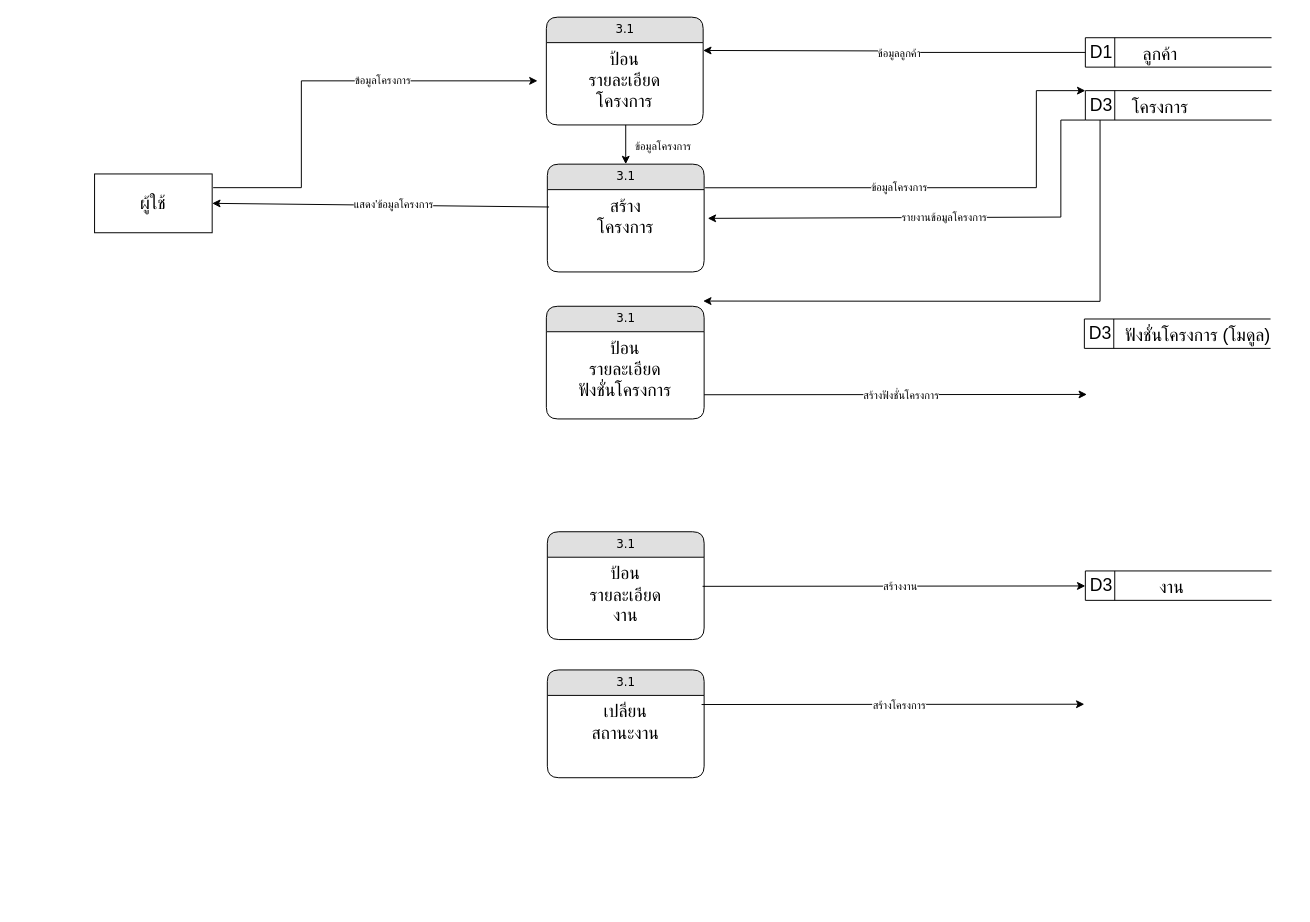
Above: dataflow-pms-3.0.drawio in NewSnooker/it-udvc-pms (draw.io), before the change. Source tidied: cells renumbered, new cells numbered last; positions are measured from the earlier drawing's top-left corner, leaving out a move shared by most shapes. Both pictures are drawn from the tidied source at 98%, with x=0, y=0 at pixel (94, 17).
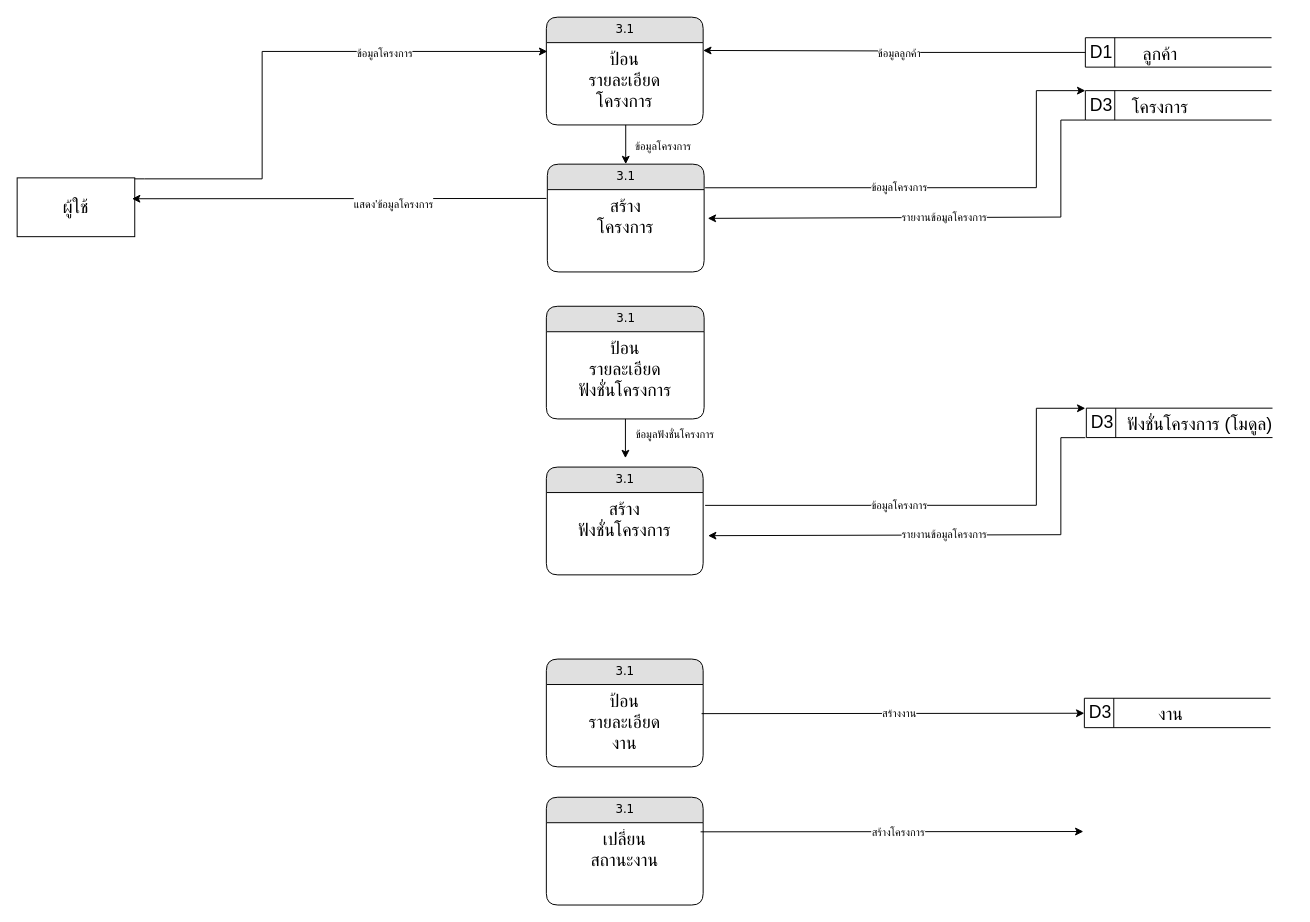
After the change.

The change refers to these unchanged cells:
```xml
<mxCell id="19" style="endArrow=classic;html=1;rounded=0;exitX=0.984;exitY=0.373;exitDx=0;exitDy=0;exitPerimeter=0;entryX=0;entryY=0.5;entryDx=0;entryDy=0;" parent="1" edge="1">
  <mxGeometry relative="1" as="geometry">
    <mxPoint x="623" y="174.1" as="sourcePoint" />
    <mxPoint x="1011" y="75" as="targetPoint" />
    <Array as="points">
      <mxPoint x="961" y="174" />
      <mxPoint x="961" y="75" />
    </Array>
  </mxGeometry>
</mxCell>
<mxCell id="36" value="&lt;div&gt;&lt;span style=&quot;font-size: 18px;&quot;&gt;สร้าง&lt;/span&gt;&lt;/div&gt;&lt;div&gt;&lt;span style=&quot;font-size: 18px;&quot;&gt;โครงการ&lt;/span&gt;&lt;/div&gt;" style="text;html=1;strokeColor=none;fillColor=none;spacingLeft=4;spacingRight=4;whiteSpace=wrap;overflow=hidden;points=[[0,0.5],[1,0.5]];portConstraint=eastwest;align=center;" parent="35" vertex="1">
  <mxGeometry y="26" width="160" height="84" as="geometry" />
</mxCell>
```

The edit, as a diff of the source:
```diff
@@
     <mxCell id="4" value="&lt;span style=&quot;font-size: 18px; text-wrap-mode: nowrap;&quot;&gt;ผู้ใช้&lt;/span&gt;" style="rounded=0;whiteSpace=wrap;html=1;" parent="1" vertex="1">
-      <mxGeometry y="160" width="120" height="60" as="geometry" />
+      <mxGeometry x="-79" y="164" width="120" height="60" as="geometry" />
     </mxCell>
@@
     <mxCell id="13" style="endArrow=classic;html=1;rounded=0;edgeStyle=orthogonalEdgeStyle;entryX=0.004;entryY=0.663;entryDx=0;entryDy=0;entryPerimeter=0;" parent="1" edge="1">
       <mxGeometry relative="1" as="geometry">
-        <mxPoint x="121" y="174" as="sourcePoint" />
-        <mxPoint x="452" y="65" as="targetPoint" />
+        <mxPoint x="41" y="165" as="sourcePoint" />
+        <mxPoint x="462" y="35" as="targetPoint" />
         <Array as="points">
-          <mxPoint x="211" y="174" />
-          <mxPoint x="211" y="65" />
+          <mxPoint x="51" y="165" />
+          <mxPoint x="171" y="165" />
+          <mxPoint x="171" y="35" />
         </Array>
       </mxGeometry>
     </mxCell>
     <mxCell id="14" value="ข้อมูลโครงการ" style="edgeLabel;html=1;align=center;verticalAlign=middle;rotation=0;" parent="13" vertex="1">
       <mxGeometry x="-0.06" y="2" relative="1" as="geometry">
-        <mxPoint x="74" y="1" as="offset" />
+        <mxPoint x="126" as="offset" />
       </mxGeometry>
     </mxCell>
@@
-    <mxCell id="17" style="endArrow=classic;html=1;rounded=0;entryX=0;entryY=0.5;entryDx=0;entryDy=0;exitX=0.984;exitY=0.373;exitDx=0;exitDy=0;exitPerimeter=0;" parent="1" edge="1">
-      <mxGeometry relative="1" as="geometry">
-        <mxPoint x="622" y="385.3" as="sourcePoint" />
-        <mxPoint x="1012.6" y="385" as="targetPoint" />
-      </mxGeometry>
-    </mxCell>
-    <mxCell id="18" value="สร้างฟังชั่นโครงการ" style="edgeLabel;html=1;align=center;verticalAlign=middle;" parent="17" vertex="1">
-      <mxGeometry x="-0.09" relative="1" as="geometry">
-        <mxPoint x="23" as="offset" />
-      </mxGeometry>
-    </mxCell>
@@
+    <mxCell id="42" value="ข้อมูลฟังชั่นโครงการ" style="edgeLabel;html=1;align=center;verticalAlign=middle;" parent="19" vertex="1">
+      <mxGeometry x="-0.09" relative="1" as="geometry">
+        <mxPoint x="-253" y="251" as="offset" />
+      </mxGeometry>
+    </mxCell>
     <mxCell id="22" value="&lt;font style=&quot;font-size: 18px;&quot;&gt;D3&lt;/font&gt;" style="html=1;dashed=0;whiteSpace=wrap;shape=mxgraph.dfd.dataStoreID;align=left;spacingLeft=3;" parent="1" vertex="1">
-      <mxGeometry x="1010" y="308" width="190" height="30" as="geometry" />
+      <mxGeometry x="1012" y="399" width="190" height="30" as="geometry" />
     </mxCell>
     <mxCell id="23" value="&lt;span style=&quot;font-size: 18px; font-weight: 400;&quot;&gt;ฟังชั่นโครงการ (โมดูล)&lt;/span&gt;" style="text;strokeColor=none;fillColor=none;html=1;fontSize=24;fontStyle=1;verticalAlign=middle;align=left;" parent="1" vertex="1">
-      <mxGeometry x="1050" y="308" width="171.5" height="30" as="geometry" />
+      <mxGeometry x="1052" y="399" width="171.5" height="30" as="geometry" />
     </mxCell>
     <mxCell id="24" value="3.1" style="swimlane;html=1;fontStyle=0;horizontal=1;startSize=26;fillColor=#e0e0e0;swimlaneFillColor=#ffffff;align=center;rounded=1;shadow=0;comic=0;labelBackgroundColor=none;strokeWidth=1;fontFamily=Verdana;fontSize=12;" parent="1" vertex="1">
-      <mxGeometry x="462" y="525.1" width="160" height="110" as="geometry" />
+      <mxGeometry x="461" y="655" width="160" height="110" as="geometry" />
     </mxCell>
@@
     <mxCell id="26" value="&lt;font style=&quot;font-size: 18px;&quot;&gt;D3&lt;/font&gt;" style="html=1;dashed=0;whiteSpace=wrap;shape=mxgraph.dfd.dataStoreID;align=left;spacingLeft=3;" parent="1" vertex="1">
-      <mxGeometry x="1011" y="565.1" width="190" height="30" as="geometry" />
+      <mxGeometry x="1010" y="695" width="190" height="30" as="geometry" />
     </mxCell>
     <mxCell id="27" value="&lt;span style=&quot;font-size: 18px; font-weight: 400;&quot;&gt;งาน&lt;/span&gt;" style="text;strokeColor=none;fillColor=none;html=1;fontSize=24;fontStyle=1;verticalAlign=middle;align=center;" parent="1" vertex="1">
-      <mxGeometry x="1051" y="565.1" width="95" height="30" as="geometry" />
+      <mxGeometry x="1050" y="695" width="95" height="30" as="geometry" />
     </mxCell>
     <mxCell id="28" style="endArrow=classic;html=1;rounded=0;entryX=0;entryY=0.5;entryDx=0;entryDy=0;exitX=0.984;exitY=0.373;exitDx=0;exitDy=0;exitPerimeter=0;" parent="1" edge="1">
       <mxGeometry relative="1" as="geometry">
-        <mxPoint x="620.4" y="580.8" as="sourcePoint" />
-        <mxPoint x="1011" y="580.4" as="targetPoint" />
+        <mxPoint x="619.4" y="710.7" as="sourcePoint" />
+        <mxPoint x="1010" y="710.3" as="targetPoint" />
       </mxGeometry>
     </mxCell>
@@
     <mxCell id="30" value="3.1" style="swimlane;html=1;fontStyle=0;horizontal=1;startSize=26;fillColor=#e0e0e0;swimlaneFillColor=#ffffff;align=center;rounded=1;shadow=0;comic=0;labelBackgroundColor=none;strokeWidth=1;fontFamily=Verdana;fontSize=12;" parent="1" vertex="1">
-      <mxGeometry x="462" y="666.1" width="160" height="110" as="geometry" />
+      <mxGeometry x="461" y="796" width="160" height="110" as="geometry" />
     </mxCell>
@@
     <mxCell id="32" style="endArrow=classic;html=1;rounded=0;entryX=0;entryY=0.5;entryDx=0;entryDy=0;exitX=0.984;exitY=0.373;exitDx=0;exitDy=0;exitPerimeter=0;" parent="1" edge="1">
       <mxGeometry relative="1" as="geometry">
-        <mxPoint x="619.4" y="701.4" as="sourcePoint" />
-        <mxPoint x="1010" y="701.1" as="targetPoint" />
+        <mxPoint x="618.4" y="831.3" as="sourcePoint" />
+        <mxPoint x="1009" y="831" as="targetPoint" />
       </mxGeometry>
     </mxCell>
@@
-    <mxCell id="34" style="endArrow=classic;html=1;rounded=0;entryX=1.018;entryY=0.116;entryDx=0;entryDy=0;entryPerimeter=0;" parent="1" edge="1">
-      <mxGeometry relative="1" as="geometry">
-        <mxPoint x="1026" y="105" as="sourcePoint" />
-        <mxPoint x="621" y="289.7" as="targetPoint" />
-        <Array as="points">
-          <mxPoint x="1026" y="290" />
-        </Array>
-      </mxGeometry>
-    </mxCell>
@@
-    <mxCell id="38" style="endArrow=classic;html=1;rounded=0;entryX=1;entryY=0.5;entryDx=0;entryDy=0;exitX=0.011;exitY=0.211;exitDx=0;exitDy=0;exitPerimeter=0;" parent="1" edge="1" source="36" target="4">
-      <mxGeometry relative="1" as="geometry" />
+    <mxCell id="38" style="endArrow=classic;html=1;rounded=0;entryX=1;entryY=0.5;entryDx=0;entryDy=0;exitX=0.011;exitY=0.211;exitDx=0;exitDy=0;exitPerimeter=0;" parent="1" edge="1">
+      <mxGeometry relative="1" as="geometry">
+        <mxPoint x="461" y="185" as="sourcePoint" />
+        <mxPoint x="38.2" y="185.3" as="targetPoint" />
+      </mxGeometry>
     </mxCell>
@@
+    <mxCell id="43" value="3.1" style="swimlane;html=1;fontStyle=0;horizontal=1;startSize=26;fillColor=#e0e0e0;swimlaneFillColor=#ffffff;align=center;rounded=1;shadow=0;comic=0;labelBackgroundColor=none;strokeWidth=1;fontFamily=Verdana;fontSize=12;" parent="1" vertex="1">
+      <mxGeometry x="461" y="459.1" width="160" height="110" as="geometry" />
+    </mxCell>
+    <mxCell id="44" value="&lt;div&gt;&lt;span style=&quot;font-size: 18px;&quot;&gt;สร้าง&lt;/span&gt;&lt;/div&gt;&lt;div&gt;&lt;span style=&quot;font-size: 18px;&quot;&gt;ฟังชั่นโครงการ&lt;/span&gt;&lt;/div&gt;" style="text;html=1;strokeColor=none;fillColor=none;spacingLeft=4;spacingRight=4;whiteSpace=wrap;overflow=hidden;align=center;" parent="43" vertex="1">
+      <mxGeometry y="26" width="160" height="84" as="geometry" />
+    </mxCell>
+    <mxCell id="45" style="endArrow=classic;html=1;rounded=0;entryX=0.5;entryY=0;entryDx=0;entryDy=0;" parent="1" edge="1">
+      <mxGeometry relative="1" as="geometry">
+        <mxPoint x="541.7" y="410" as="sourcePoint" />
+        <mxPoint x="541.7" y="450" as="targetPoint" />
+      </mxGeometry>
+    </mxCell>
+    <mxCell id="46" style="endArrow=classic;html=1;rounded=0;exitX=0.984;exitY=0.373;exitDx=0;exitDy=0;exitPerimeter=0;entryX=0;entryY=0.5;entryDx=0;entryDy=0;" parent="1" edge="1">
+      <mxGeometry relative="1" as="geometry">
+        <mxPoint x="623" y="498.2" as="sourcePoint" />
+        <mxPoint x="1011" y="399.1" as="targetPoint" />
+        <Array as="points">
+          <mxPoint x="961" y="498.1" />
+          <mxPoint x="961" y="399.1" />
+        </Array>
+      </mxGeometry>
+    </mxCell>
+    <mxCell id="47" value="ข้อมูลโครงการ" style="edgeLabel;html=1;align=center;verticalAlign=middle;" parent="46" vertex="1">
+      <mxGeometry x="-0.09" relative="1" as="geometry">
+        <mxPoint x="-24" y="-1" as="offset" />
+      </mxGeometry>
+    </mxCell>
+    <mxCell id="48" style="endArrow=classic;html=1;rounded=0;entryX=1.023;entryY=0.349;entryDx=0;entryDy=0;entryPerimeter=0;" parent="1" edge="1">
+      <mxGeometry relative="1" as="geometry">
+        <mxPoint x="1011" y="429.1" as="sourcePoint" />
+        <mxPoint x="626" y="529.1" as="targetPoint" />
+        <Array as="points">
+          <mxPoint x="986" y="429.1" />
+          <mxPoint x="986" y="528.1" />
+        </Array>
+      </mxGeometry>
+    </mxCell>
+    <mxCell id="49" value="รายงานข้อมูลโครงการ" style="edgeLabel;html=1;align=center;verticalAlign=middle;" parent="48" vertex="1">
+      <mxGeometry x="-0.09" relative="1" as="geometry">
+        <mxPoint x="-24" y="-1" as="offset" />
+      </mxGeometry>
+    </mxCell>
```
